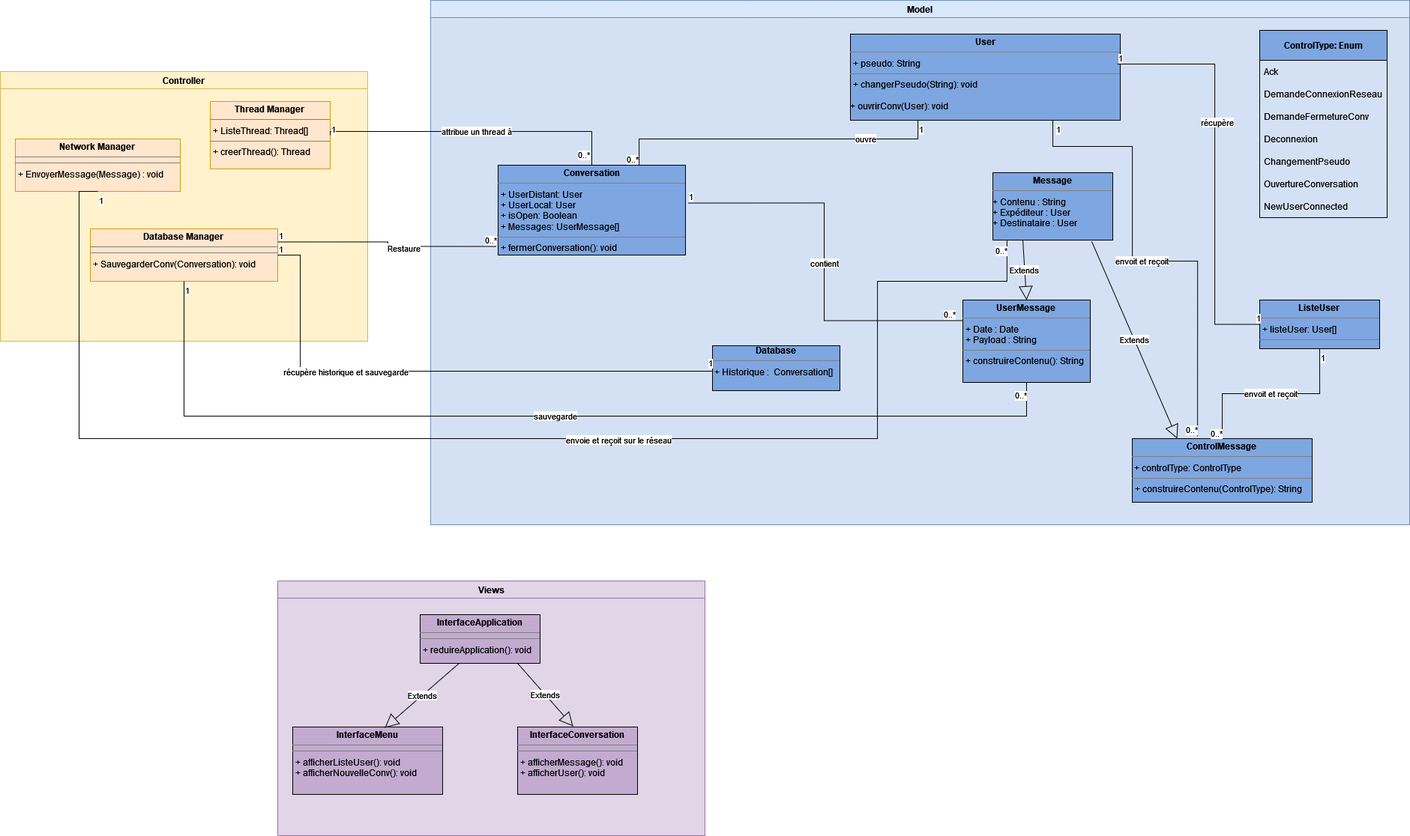
This is Projet/UML/Images/diagramme_de_classe.png from Newglear/UF_projet_java, a draw.io export, as it was before one commit. Source tidied: cells renumbered, new cells last; positions are measured from the earlier drawing's top-left corner, leaving out a move shared by most shapes.
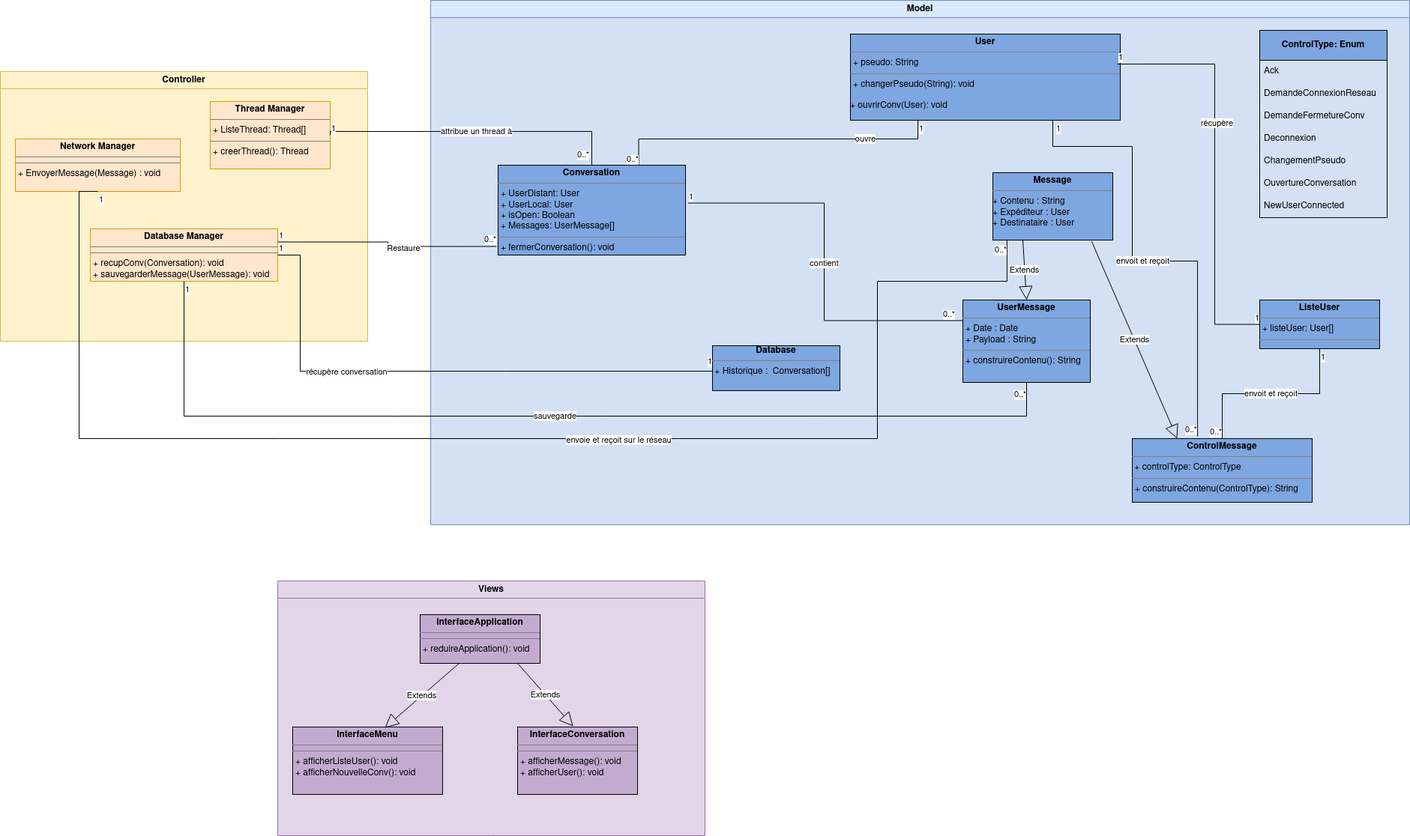
After the change.

Change to the diagram source:
```diff
@@ -8,7 +8,7 @@
     <mxCell id="3" value="&lt;p style=&quot;margin:0px;margin-top:4px;text-align:center;&quot;&gt;&lt;b&gt;Thread Manager&lt;br&gt;&lt;/b&gt;&lt;/p&gt;&lt;hr size=&quot;1&quot;&gt;&lt;p style=&quot;margin:0px;margin-left:4px;&quot;&gt;+ ListeThread: Thread[] &lt;br&gt;&lt;/p&gt;&lt;hr size=&quot;1&quot;&gt;&lt;p style=&quot;margin:0px;margin-left:4px;&quot;&gt;+ creerThread(): Thread&lt;br&gt;&lt;/p&gt;" style="verticalAlign=top;align=left;overflow=fill;fontSize=12;fontFamily=Helvetica;html=1;fillColor=#ffe6cc;strokeColor=#d79b00;" parent="2" vertex="1">
       <mxGeometry x="280" y="40" width="160" height="90" as="geometry" />
     </mxCell>
-    <mxCell id="4" value="&lt;p style=&quot;margin:0px;margin-top:4px;text-align:center;&quot;&gt;&lt;b&gt;Database Manager&lt;br&gt;&lt;/b&gt;&lt;/p&gt;&lt;hr size=&quot;1&quot;&gt;&lt;hr size=&quot;1&quot;&gt;&lt;p style=&quot;margin:0px;margin-left:4px;&quot;&gt;+ SauvegarderConv(Conversation): void&lt;br&gt;&lt;/p&gt;" style="verticalAlign=top;align=left;overflow=fill;fontSize=12;fontFamily=Helvetica;html=1;fillColor=#ffe6cc;strokeColor=#d79b00;" parent="2" vertex="1">
+    <mxCell id="4" value="&lt;p style=&quot;margin:0px;margin-top:4px;text-align:center;&quot;&gt;&lt;b&gt;Database Manager&lt;br&gt;&lt;/b&gt;&lt;/p&gt;&lt;hr size=&quot;1&quot;&gt;&lt;hr size=&quot;1&quot;&gt;&lt;p style=&quot;margin:0px;margin-left:4px;&quot;&gt;+ recupConv(Conversation): void&lt;/p&gt;&lt;p style=&quot;margin:0px;margin-left:4px;&quot;&gt;+ sauvegarderMessage(UserMessage): void&lt;br&gt;&lt;/p&gt;" style="verticalAlign=top;align=left;overflow=fill;fontSize=12;fontFamily=Helvetica;html=1;fillColor=#ffe6cc;strokeColor=#d79b00;" parent="2" vertex="1">
       <mxGeometry x="120" y="210" width="250" height="70" as="geometry" />
     </mxCell>
     <mxCell id="5" value="&lt;p style=&quot;margin:0px;margin-top:4px;text-align:center;&quot;&gt;&lt;b&gt;Network Manager&lt;br&gt;&lt;/b&gt;&lt;/p&gt;&lt;hr size=&quot;1&quot;&gt;&lt;hr size=&quot;1&quot;&gt;&lt;p style=&quot;margin:0px;margin-left:4px;&quot;&gt;+ EnvoyerMessage(Message) : void&lt;br&gt;&lt;/p&gt;&lt;p style=&quot;margin:0px;margin-left:4px;&quot;&gt;&lt;br&gt;&lt;/p&gt;&lt;p style=&quot;margin:0px;margin-left:4px;&quot;&gt;&lt;br&gt;&lt;/p&gt;" style="verticalAlign=top;align=left;overflow=fill;fontSize=12;fontFamily=Helvetica;html=1;fillColor=#ffe6cc;strokeColor=#d79b00;" parent="2" vertex="1">
@@ -221,7 +221,7 @@
     <mxCell id="56" value="1" style="edgeLabel;html=1;align=right;verticalAlign=bottom;" parent="54" vertex="1">
       <mxGeometry x="1" relative="1" as="geometry" />
     </mxCell>
-    <mxCell id="57" value="récupère historique et sauvegarde" style="edgeLabel;html=1;align=center;verticalAlign=middle;" parent="54" vertex="1">
+    <mxCell id="57" value="récupère conversation" style="edgeLabel;html=1;align=center;verticalAlign=middle;" parent="54" vertex="1">
       <mxGeometry x="-0.33" relative="1" as="geometry" />
     </mxCell>
     <mxCell id="58" style="endArrow=none;html=1;edgeStyle=orthogonalEdgeStyle;rounded=0;exitX=1;exitY=0.25;exitDx=0;exitDy=0;entryX=-0.008;entryY=0.904;entryDx=0;entryDy=0;entryPerimeter=0;" parent="1" edge="1" source="4" target="14">
```
